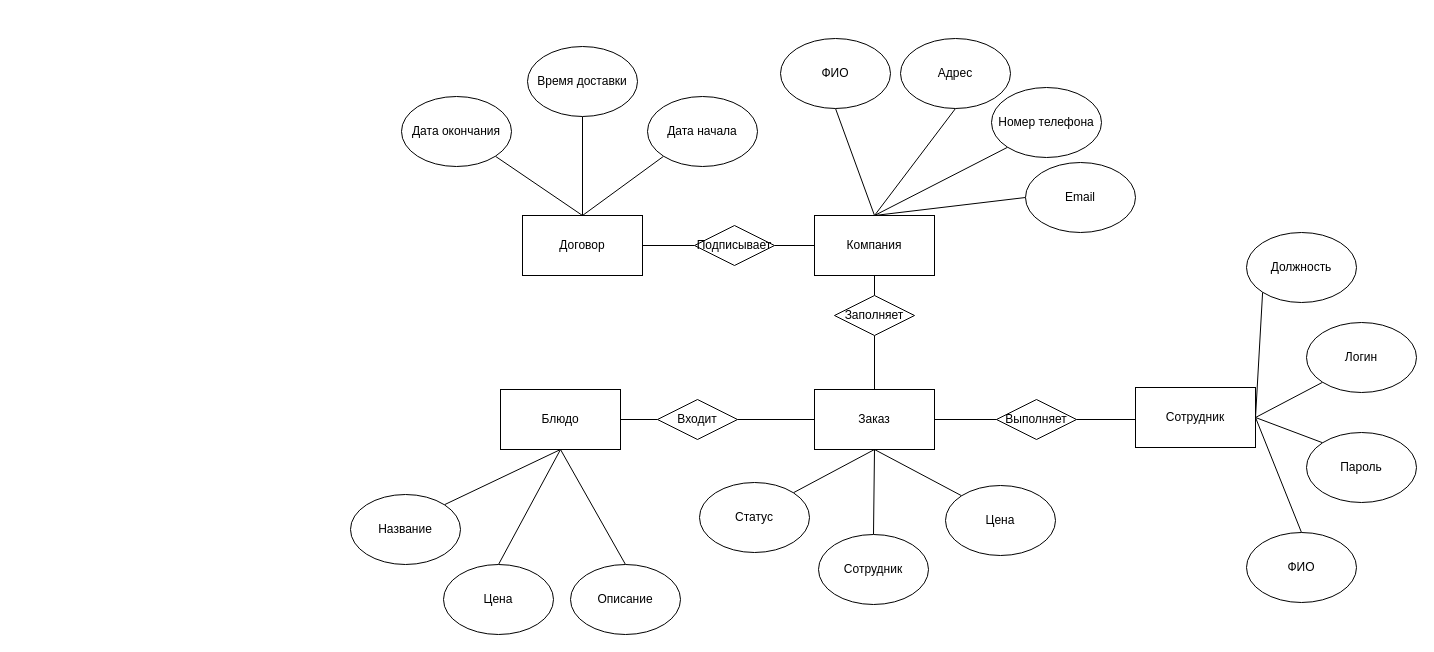
sh141ro-god/vanya keeps this draw.io diagram as 10/концептуальая модель.drawio. Above is the earlier version. Source tidied: cells renumbered, new cells numbered last; positions are measured from the earlier drawing's top-left corner, leaving out a move shared by most shapes. Both pictures are drawn from the tidied source at 100%, with x=0, y=0 at pixel (350, 38).
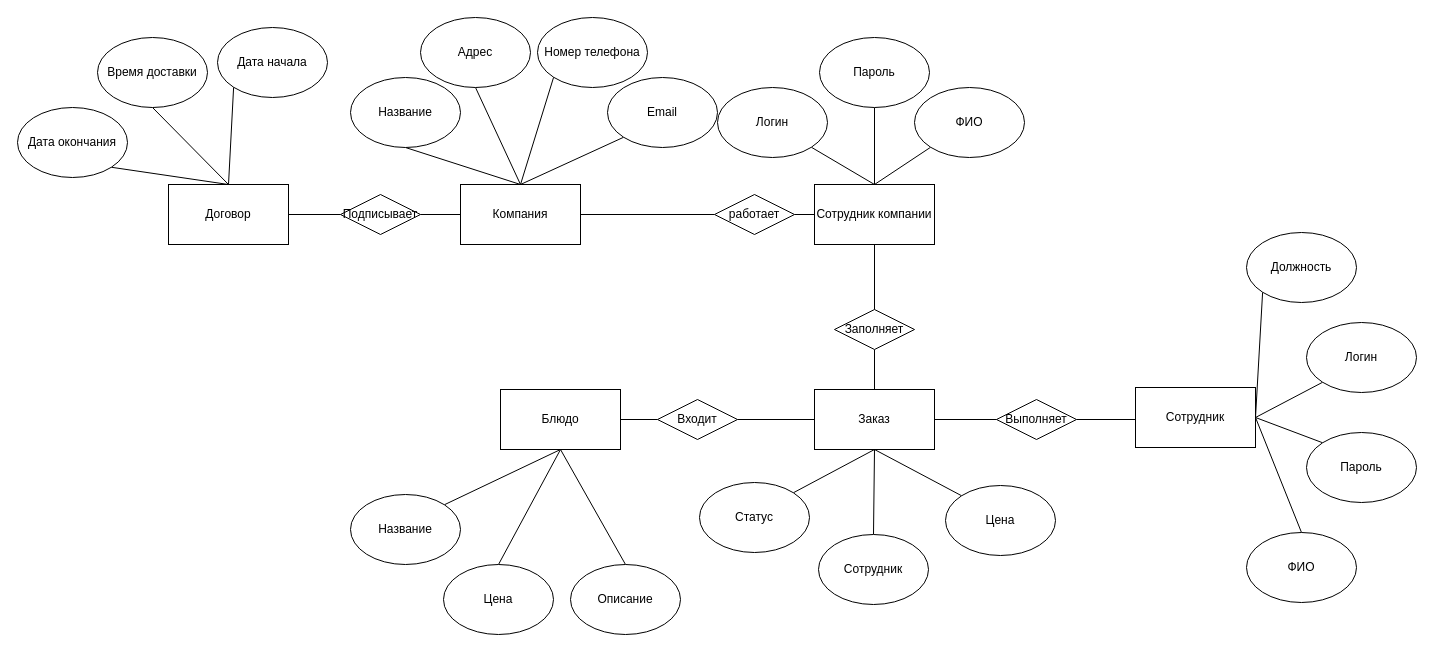
Above is the later version.

The edit, as a diff of the source:
```diff
@@
-    <mxCell id="2" style="rounded=0;jettySize=auto;html=1;exitX=0.5;exitY=1;exitDx=0;exitDy=0;endArrow=none;endFill=0;entryX=0.5;entryY=0;entryDx=0;entryDy=0;" parent="1" edge="1" source="5" target="33">
-      <mxGeometry relative="1" as="geometry" />
-    </mxCell>
@@
+    <mxCell id="53" style="rounded=0;jettySize=auto;html=1;exitX=0.5;exitY=0;exitDx=0;exitDy=0;entryX=0;entryY=1;entryDx=0;entryDy=0;endArrow=none;endFill=0;" parent="1" edge="1" source="5" target="12">
+      <mxGeometry relative="1" as="geometry" />
+    </mxCell>
+    <mxCell id="54" style="edgeStyle=orthogonalEdgeStyle;rounded=0;jettySize=auto;html=1;exitX=1;exitY=0.5;exitDx=0;exitDy=0;entryX=0;entryY=0.5;entryDx=0;entryDy=0;endArrow=none;endFill=0;" parent="1" edge="1" source="5" target="57">
+      <mxGeometry relative="1" as="geometry" />
+    </mxCell>
     <mxCell id="5" value="Компания" style="rounded=0;whiteSpace=wrap;html=1;" parent="1" vertex="1">
-      <mxGeometry x="464" y="177" width="120" height="60" as="geometry" />
+      <mxGeometry x="110" y="146" width="120" height="60" as="geometry" />
     </mxCell>
@@
-    <mxCell id="7" value="ФИО" style="ellipse;whiteSpace=wrap;html=1;" parent="1" vertex="1">
-      <mxGeometry x="430" width="110" height="70" as="geometry" />
+    <mxCell id="7" value="Название" style="ellipse;whiteSpace=wrap;html=1;" parent="1" vertex="1">
+      <mxGeometry y="39" width="110" height="70" as="geometry" />
     </mxCell>
     <mxCell id="8" value="Адрес" style="ellipse;whiteSpace=wrap;html=1;" parent="1" vertex="1">
-      <mxGeometry x="550" width="110" height="70" as="geometry" />
+      <mxGeometry x="70" y="-21" width="110" height="70" as="geometry" />
     </mxCell>
@@
     <mxCell id="10" value="Номер телефона" style="ellipse;whiteSpace=wrap;html=1;" parent="1" vertex="1">
-      <mxGeometry x="641" y="49" width="110" height="70" as="geometry" />
+      <mxGeometry x="187" y="-21" width="110" height="70" as="geometry" />
     </mxCell>
-    <mxCell id="11" style="rounded=0;jettySize=auto;html=1;exitX=0;exitY=0.5;exitDx=0;exitDy=0;entryX=0.5;entryY=0;entryDx=0;entryDy=0;endArrow=none;endFill=0;" parent="1" edge="1" source="12" target="5">
-      <mxGeometry relative="1" as="geometry" />
-    </mxCell>
     <mxCell id="12" value="Email" style="ellipse;whiteSpace=wrap;html=1;" parent="1" vertex="1">
-      <mxGeometry x="675" y="124" width="110" height="70" as="geometry" />
+      <mxGeometry x="257" y="39" width="110" height="70" as="geometry" />
     </mxCell>
@@
+    <mxCell id="55" style="rounded=0;jettySize=auto;html=1;exitX=0.5;exitY=0;exitDx=0;exitDy=0;entryX=0;entryY=1;entryDx=0;entryDy=0;endArrow=none;endFill=0;" parent="1" edge="1" source="31" target="38">
+      <mxGeometry relative="1" as="geometry" />
+    </mxCell>
     <mxCell id="31" value="Договор" style="rounded=0;whiteSpace=wrap;html=1;" parent="1" vertex="1">
-      <mxGeometry x="172" y="177" width="120" height="60" as="geometry" />
+      <mxGeometry x="-182" y="146" width="120" height="60" as="geometry" />
     </mxCell>
@@
     <mxCell id="33" value="Заполняет" style="rhombus;whiteSpace=wrap;html=1;" parent="1" vertex="1">
-      <mxGeometry x="484" y="257" width="80" height="40" as="geometry" />
+      <mxGeometry x="484" y="271" width="80" height="40" as="geometry" />
     </mxCell>
@@
-    <mxCell id="37" style="rounded=0;jettySize=auto;html=1;exitX=0;exitY=1;exitDx=0;exitDy=0;entryX=0.5;entryY=0;entryDx=0;entryDy=0;endArrow=none;endFill=0;" parent="1" edge="1" source="38" target="31">
-      <mxGeometry relative="1" as="geometry" />
-    </mxCell>
     <mxCell id="38" value="Дата начала" style="ellipse;whiteSpace=wrap;html=1;" parent="1" vertex="1">
-      <mxGeometry x="297" y="58" width="110" height="70" as="geometry" />
+      <mxGeometry x="-133" y="-11" width="110" height="70" as="geometry" />
     </mxCell>
@@
     <mxCell id="40" value="Дата окончания" style="ellipse;whiteSpace=wrap;html=1;" parent="1" vertex="1">
-      <mxGeometry x="51" y="58" width="110" height="70" as="geometry" />
+      <mxGeometry x="-333" y="69" width="110" height="70" as="geometry" />
     </mxCell>
@@
     <mxCell id="42" value="Время доставки" style="ellipse;whiteSpace=wrap;html=1;" parent="1" vertex="1">
-      <mxGeometry x="177" y="8" width="110" height="70" as="geometry" />
+      <mxGeometry x="-253" y="-1" width="110" height="70" as="geometry" />
     </mxCell>
@@
     <mxCell id="52" value="Подписывает" style="rhombus;whiteSpace=wrap;html=1;" parent="1" vertex="1">
-      <mxGeometry x="344" y="187" width="80" height="40" as="geometry" />
+      <mxGeometry x="-10" y="156" width="80" height="40" as="geometry" />
     </mxCell>
+    <mxCell id="56" style="edgeStyle=orthogonalEdgeStyle;rounded=0;jettySize=auto;html=1;exitX=1;exitY=0.5;exitDx=0;exitDy=0;entryX=0;entryY=0.5;entryDx=0;entryDy=0;endArrow=none;endFill=0;" parent="1" edge="1" source="57" target="59">
+      <mxGeometry relative="1" as="geometry" />
+    </mxCell>
+    <mxCell id="57" value="работает" style="rhombus;whiteSpace=wrap;html=1;" parent="1" vertex="1">
+      <mxGeometry x="364" y="156" width="80" height="40" as="geometry" />
+    </mxCell>
+    <mxCell id="58" style="rounded=0;jettySize=auto;html=1;exitX=0.5;exitY=1;exitDx=0;exitDy=0;entryX=0.5;entryY=0;entryDx=0;entryDy=0;endArrow=none;endFill=0;" parent="1" edge="1" source="59" target="33">
+      <mxGeometry relative="1" as="geometry" />
+    </mxCell>
+    <mxCell id="59" value="Сотрудник компании" style="rounded=0;whiteSpace=wrap;html=1;" parent="1" vertex="1">
+      <mxGeometry x="464" y="146" width="120" height="60" as="geometry" />
+    </mxCell>
+    <mxCell id="60" style="rounded=0;jettySize=auto;html=1;exitX=0;exitY=1;exitDx=0;exitDy=0;entryX=0.5;entryY=0;entryDx=0;entryDy=0;endArrow=none;endFill=0;" parent="1" edge="1" source="61" target="59">
+      <mxGeometry relative="1" as="geometry" />
+    </mxCell>
+    <mxCell id="61" value="ФИО" style="ellipse;whiteSpace=wrap;html=1;" parent="1" vertex="1">
+      <mxGeometry x="564" y="49" width="110" height="70" as="geometry" />
+    </mxCell>
+    <mxCell id="62" style="rounded=0;jettySize=auto;html=1;exitX=0.5;exitY=1;exitDx=0;exitDy=0;entryX=0.5;entryY=0;entryDx=0;entryDy=0;endArrow=none;endFill=0;" parent="1" edge="1" source="63" target="59">
+      <mxGeometry relative="1" as="geometry" />
+    </mxCell>
+    <mxCell id="63" value="Пароль" style="ellipse;whiteSpace=wrap;html=1;" parent="1" vertex="1">
+      <mxGeometry x="469" y="-1" width="110" height="70" as="geometry" />
+    </mxCell>
+    <mxCell id="64" style="rounded=0;jettySize=auto;html=1;exitX=1;exitY=1;exitDx=0;exitDy=0;entryX=0.5;entryY=0;entryDx=0;entryDy=0;endArrow=none;endFill=0;" parent="1" edge="1" source="65" target="59">
+      <mxGeometry relative="1" as="geometry" />
+    </mxCell>
+    <mxCell id="65" value="Логин" style="ellipse;whiteSpace=wrap;html=1;" parent="1" vertex="1">
+      <mxGeometry x="367" y="49" width="110" height="70" as="geometry" />
+    </mxCell>
```
